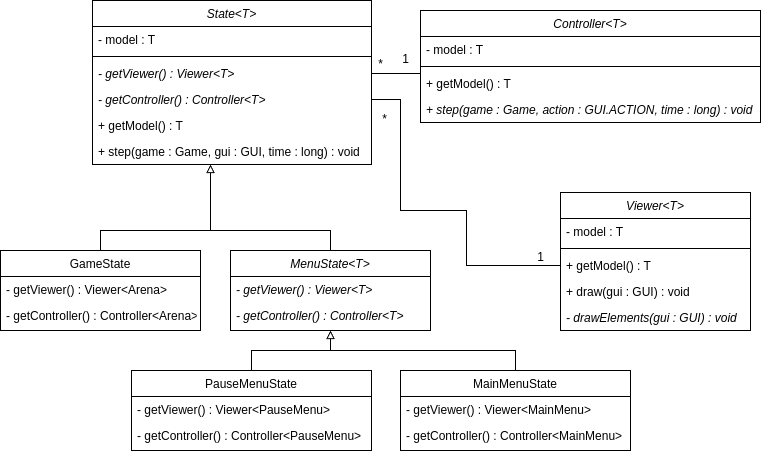
SimaoNery/BadIceCream-L.D.T.S keeps this draw.io diagram as docs/resources/State.drawio.png. Above is the earlier version. Source tidied: cells renumbered, new cells last; positions are measured from the earlier drawing's top-left corner, leaving out a move shared by most shapes.
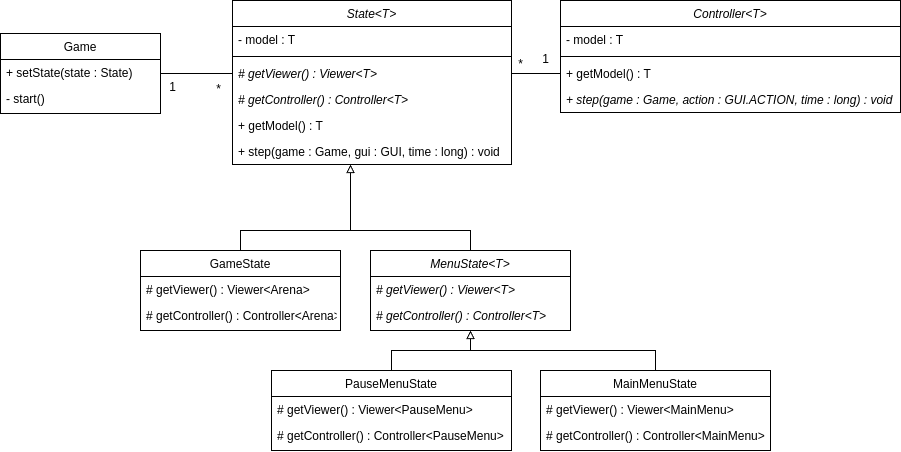
After the change.

Commit message:
Changed State UML

Change to the diagram source:
```diff
@@ -2,6 +2,18 @@
   <root>
     <mxCell id="0" />
     <mxCell id="1" parent="0" />
+    <mxCell id="42" style="edgeStyle=orthogonalEdgeStyle;rounded=0;jettySize=auto;html=1;entryX=0;entryY=0.5;entryDx=0;entryDy=0;endArrow=none;endFill=0;" parent="1" edge="1" source="43" target="46">
+      <mxGeometry relative="1" as="geometry" />
+    </mxCell>
+    <mxCell id="43" value="Game" style="swimlane;fontStyle=0;align=center;verticalAlign=top;horizontal=1;startSize=26;rounded=0;shadow=0;strokeWidth=1;" parent="1" vertex="1">
+      <mxGeometry x="-140" y="33" width="160" height="80" as="geometry" />
+    </mxCell>
+    <mxCell id="44" value="+ setState(state : State)" style="text;align=left;verticalAlign=top;spacingLeft=4;spacingRight=4;overflow=hidden;fontStyle=0;" parent="43" vertex="1">
+      <mxGeometry y="26" width="160" height="26" as="geometry" />
+    </mxCell>
+    <mxCell id="45" value="- start()" style="text;align=left;verticalAlign=top;spacingLeft=4;spacingRight=4;overflow=hidden;" parent="43" vertex="1">
+      <mxGeometry y="52" width="160" height="26" as="geometry" />
+    </mxCell>
     <mxCell id="2" value="State&lt;T&gt;" style="swimlane;fontStyle=2;align=center;verticalAlign=top;horizontal=1;startSize=26;rounded=0;shadow=0;strokeWidth=1;" parent="1" vertex="1">
       <mxGeometry x="92" width="279" height="164" as="geometry" />
     </mxCell>
@@ -11,12 +23,12 @@
     <mxCell id="4" style="line;html=1;strokeWidth=1;align=left;verticalAlign=middle;spacingTop=-1;spacingLeft=3;spacingRight=3;labelPosition=right;" parent="2" vertex="1">
       <mxGeometry y="52" width="279" height="8" as="geometry" />
     </mxCell>
-    <mxCell id="5" value="- getViewer() : Viewer&lt;T&gt;" style="text;align=left;verticalAlign=top;spacingLeft=4;spacingRight=4;overflow=hidden;points=[[0,0.5],[1,0.5]];portConstraint=eastwest;fontStyle=2;" parent="2" vertex="1">
-      <mxGeometry y="60" width="279" height="26" as="geometry" />
-    </mxCell>
-    <mxCell id="6" value="- getController() : Controller&lt;T&gt;" style="text;align=left;verticalAlign=top;spacingLeft=4;spacingRight=4;overflow=hidden;points=[[0,0.5],[1,0.5]];portConstraint=eastwest;fontStyle=2;" parent="2" vertex="1">
-      <mxGeometry y="86" width="279" height="26" as="geometry" />
-    </mxCell>
+    <mxCell id="46" value="# getViewer() : Viewer&lt;T&gt;" style="text;align=left;verticalAlign=top;spacingLeft=4;spacingRight=4;overflow=hidden;points=[[0,0.5],[1,0.5]];portConstraint=eastwest;fontStyle=2;" parent="2" vertex="1">
+      <mxGeometry y="60" width="279" height="26" as="geometry" />
+    </mxCell>
+    <mxCell id="47" value="# getController() : Controller&lt;T&gt;" style="text;align=left;verticalAlign=top;spacingLeft=4;spacingRight=4;overflow=hidden;fontStyle=2;" parent="2" vertex="1">
+      <mxGeometry y="86" width="279" height="26" as="geometry" />
+    </mxCell>
     <mxCell id="7" value="+ getModel() : T" style="text;align=left;verticalAlign=top;spacingLeft=4;spacingRight=4;overflow=hidden;" parent="2" vertex="1">
       <mxGeometry y="112" width="279" height="26" as="geometry" />
     </mxCell>
@@ -26,56 +38,56 @@
     <mxCell id="9" value="GameState" style="swimlane;fontStyle=0;align=center;verticalAlign=top;horizontal=1;startSize=26;rounded=0;shadow=0;strokeWidth=1;" parent="1" vertex="1">
       <mxGeometry y="250" width="200" height="80" as="geometry" />
     </mxCell>
-    <mxCell id="10" value="- getViewer() : Viewer&lt;Arena&gt;" style="text;align=left;verticalAlign=top;spacingLeft=4;spacingRight=4;overflow=hidden;" parent="9" vertex="1">
-      <mxGeometry y="26" width="200" height="26" as="geometry" />
-    </mxCell>
-    <mxCell id="11" value="- getController() : Controller&lt;Arena&gt;" style="text;align=left;verticalAlign=top;spacingLeft=4;spacingRight=4;overflow=hidden;" parent="9" vertex="1">
-      <mxGeometry y="52" width="200" height="26" as="geometry" />
-    </mxCell>
-    <mxCell id="12" style="edgeStyle=orthogonalEdgeStyle;rounded=0;jettySize=auto;html=1;endArrow=none;endFill=0;" parent="1" edge="1" source="13">
-      <mxGeometry relative="1" as="geometry">
-        <mxPoint x="210" y="230" as="targetPoint" />
-        <Array as="points">
-          <mxPoint x="330" y="230" />
-          <mxPoint x="210" y="230" />
-        </Array>
-      </mxGeometry>
-    </mxCell>
+    <mxCell id="48" value="# getViewer() : Viewer&lt;Arena&gt;" style="text;align=left;verticalAlign=top;spacingLeft=4;spacingRight=4;overflow=hidden;" parent="9" vertex="1">
+      <mxGeometry y="26" width="200" height="26" as="geometry" />
+    </mxCell>
+    <mxCell id="49" value="# getController() : Controller&lt;Arena&gt;" style="text;align=left;verticalAlign=top;spacingLeft=4;spacingRight=4;overflow=hidden;" parent="9" vertex="1">
+      <mxGeometry y="52" width="200" height="26" as="geometry" />
+    </mxCell>
+    <mxCell id="50" style="edgeStyle=orthogonalEdgeStyle;rounded=0;jettySize=auto;html=1;endArrow=none;endFill=0;" parent="1" edge="1" source="13">
+      <mxGeometry relative="1" as="geometry">
+        <mxPoint x="210" y="230" as="targetPoint" />
+        <Array as="points">
+          <mxPoint x="330" y="230" />
+          <mxPoint x="210" y="230" />
+        </Array>
+      </mxGeometry>
+    </mxCell>
     <mxCell id="13" value="MenuState&lt;T&gt;" style="swimlane;fontStyle=2;align=center;verticalAlign=top;horizontal=1;startSize=26;rounded=0;shadow=0;strokeWidth=1;" parent="1" vertex="1">
       <mxGeometry x="230" y="250" width="200" height="80" as="geometry" />
     </mxCell>
-    <mxCell id="14" value="- getViewer() : Viewer&lt;T&gt;" style="text;align=left;verticalAlign=top;spacingLeft=4;spacingRight=4;overflow=hidden;fontStyle=2;" parent="13" vertex="1">
-      <mxGeometry y="26" width="200" height="26" as="geometry" />
-    </mxCell>
-    <mxCell id="15" value="- getController() : Controller&lt;T&gt;" style="text;align=left;verticalAlign=top;spacingLeft=4;spacingRight=4;overflow=hidden;fontStyle=2;" parent="13" vertex="1">
-      <mxGeometry y="52" width="200" height="26" as="geometry" />
-    </mxCell>
-    <mxCell id="16" style="rounded=0;jettySize=auto;html=1;edgeStyle=elbowEdgeStyle;elbow=vertical;endArrow=block;endFill=0;" parent="1" edge="1" source="17">
-      <mxGeometry relative="1" as="geometry">
-        <mxPoint x="330" y="330" as="targetPoint" />
-      </mxGeometry>
-    </mxCell>
+    <mxCell id="51" value="# getViewer() : Viewer&lt;T&gt;" style="text;align=left;verticalAlign=top;spacingLeft=4;spacingRight=4;overflow=hidden;fontStyle=2;" parent="13" vertex="1">
+      <mxGeometry y="26" width="200" height="26" as="geometry" />
+    </mxCell>
+    <mxCell id="52" value="# getController() : Controller&lt;T&gt;" style="text;align=left;verticalAlign=top;spacingLeft=4;spacingRight=4;overflow=hidden;fontStyle=2;" parent="13" vertex="1">
+      <mxGeometry y="52" width="200" height="26" as="geometry" />
+    </mxCell>
+    <mxCell id="53" style="rounded=0;jettySize=auto;html=1;edgeStyle=elbowEdgeStyle;elbow=vertical;endArrow=block;endFill=0;" parent="1" edge="1" source="17">
+      <mxGeometry relative="1" as="geometry">
+        <mxPoint x="330" y="330" as="targetPoint" />
+      </mxGeometry>
+    </mxCell>
     <mxCell id="17" value="MainMenuState" style="swimlane;fontStyle=0;align=center;verticalAlign=top;horizontal=1;startSize=26;rounded=0;shadow=0;strokeWidth=1;" parent="1" vertex="1">
       <mxGeometry x="400" y="370" width="230" height="80" as="geometry" />
     </mxCell>
-    <mxCell id="18" value="- getViewer() : Viewer&lt;MainMenu&gt;" style="text;align=left;verticalAlign=top;spacingLeft=4;spacingRight=4;overflow=hidden;" parent="17" vertex="1">
-      <mxGeometry y="26" width="230" height="26" as="geometry" />
-    </mxCell>
-    <mxCell id="19" value="- getController() : Controller&lt;MainMenu&gt;" style="text;align=left;verticalAlign=top;spacingLeft=4;spacingRight=4;overflow=hidden;" parent="17" vertex="1">
-      <mxGeometry y="52" width="230" height="26" as="geometry" />
-    </mxCell>
+    <mxCell id="54" value="# getViewer() : Viewer&lt;MainMenu&gt;" style="text;align=left;verticalAlign=top;spacingLeft=4;spacingRight=4;overflow=hidden;" parent="17" vertex="1">
+      <mxGeometry y="26" width="230" height="26" as="geometry" />
+    </mxCell>
+    <mxCell id="55" value="# getController() : Controller&lt;MainMenu&gt;" style="text;align=left;verticalAlign=top;spacingLeft=4;spacingRight=4;overflow=hidden;" parent="17" vertex="1">
+      <mxGeometry y="52" width="230" height="26" as="geometry" />
+    </mxCell>
     <mxCell id="20" style="edgeStyle=orthogonalEdgeStyle;rounded=0;jettySize=auto;html=1;entryX=0.5;entryY=1;entryDx=0;entryDy=0;endArrow=block;endFill=0;" parent="1" edge="1" source="21" target="13">
       <mxGeometry relative="1" as="geometry" />
     </mxCell>
     <mxCell id="21" value="PauseMenuState" style="swimlane;fontStyle=0;align=center;verticalAlign=top;horizontal=1;startSize=26;rounded=0;shadow=0;strokeWidth=1;" parent="1" vertex="1">
       <mxGeometry x="131" y="370" width="240" height="80" as="geometry" />
     </mxCell>
-    <mxCell id="22" value="- getViewer() : Viewer&lt;PauseMenu&gt;" style="text;align=left;verticalAlign=top;spacingLeft=4;spacingRight=4;overflow=hidden;" parent="21" vertex="1">
-      <mxGeometry y="26" width="240" height="26" as="geometry" />
-    </mxCell>
-    <mxCell id="23" value="- getController() : Controller&lt;PauseMenu&gt;" style="text;align=left;verticalAlign=top;spacingLeft=4;spacingRight=4;overflow=hidden;" parent="21" vertex="1">
-      <mxGeometry y="52" width="240" height="26" as="geometry" />
-    </mxCell>
+    <mxCell id="56" value="# getViewer() : Viewer&lt;PauseMenu&gt;" style="text;align=left;verticalAlign=top;spacingLeft=4;spacingRight=4;overflow=hidden;" parent="21" vertex="1">
+      <mxGeometry y="26" width="240" height="26" as="geometry" />
+    </mxCell>
+    <mxCell id="57" value="# getController() : Controller&lt;PauseMenu&gt;" style="text;align=left;verticalAlign=top;spacingLeft=4;spacingRight=4;overflow=hidden;" parent="21" vertex="1">
+      <mxGeometry y="52" width="240" height="26" as="geometry" />
+    </mxCell>
     <mxCell id="24" style="edgeStyle=orthogonalEdgeStyle;rounded=0;jettySize=auto;html=1;endArrow=block;endFill=0;" parent="1" edge="1" source="9" target="8">
       <mxGeometry relative="1" as="geometry">
         <Array as="points">
@@ -84,53 +96,8 @@
         </Array>
       </mxGeometry>
     </mxCell>
-    <mxCell id="25" value="Viewer&lt;T&gt;" style="swimlane;fontStyle=2;align=center;verticalAlign=top;horizontal=1;startSize=26;rounded=0;shadow=0;strokeWidth=1;" parent="1" vertex="1">
-      <mxGeometry x="560" y="192" width="190" height="138" as="geometry" />
-    </mxCell>
-    <mxCell id="26" value="- model : T" style="text;align=left;verticalAlign=top;spacingLeft=4;spacingRight=4;overflow=hidden;" parent="25" vertex="1">
-      <mxGeometry y="26" width="190" height="26" as="geometry" />
-    </mxCell>
-    <mxCell id="27" style="line;html=1;strokeWidth=1;align=left;verticalAlign=middle;spacingTop=-1;spacingLeft=3;spacingRight=3;labelPosition=right;" parent="25" vertex="1">
-      <mxGeometry y="52" width="190" height="8" as="geometry" />
-    </mxCell>
-    <mxCell id="28" value="+ getModel() : T" style="text;align=left;verticalAlign=top;spacingLeft=4;spacingRight=4;overflow=hidden;points=[[0,0.5],[1,0.5]];portConstraint=eastwest;fontStyle=0;" parent="25" vertex="1">
-      <mxGeometry y="60" width="190" height="26" as="geometry" />
-    </mxCell>
-    <mxCell id="29" value="+ draw(gui : GUI) : void" style="text;align=left;verticalAlign=top;spacingLeft=4;spacingRight=4;overflow=hidden;fontStyle=0;" parent="25" vertex="1">
-      <mxGeometry y="86" width="190" height="26" as="geometry" />
-    </mxCell>
-    <mxCell id="30" value="- drawElements(gui : GUI) : void" style="text;align=left;verticalAlign=top;spacingLeft=4;spacingRight=4;overflow=hidden;fontStyle=2;" parent="25" vertex="1">
-      <mxGeometry y="112" width="190" height="26" as="geometry" />
-    </mxCell>
-    <mxCell id="31" value="1&lt;br&gt;" style="text;html=1;align=center;verticalAlign=middle;strokeColor=none;fillColor=none;" parent="1" vertex="1">
-      <mxGeometry x="525" y="242" width="30" height="30" as="geometry" />
-    </mxCell>
-    <mxCell id="32" style="edgeStyle=orthogonalEdgeStyle;rounded=0;jettySize=auto;html=1;entryX=0;entryY=0.5;entryDx=0;entryDy=0;exitX=1;exitY=0.5;exitDx=0;exitDy=0;endArrow=none;endFill=0;" parent="1" edge="1" source="6" target="28">
-      <mxGeometry relative="1" as="geometry">
-        <Array as="points">
-          <mxPoint x="400" y="99" />
-          <mxPoint x="400" y="210" />
-          <mxPoint x="466" y="210" />
-          <mxPoint x="466" y="265" />
-        </Array>
-      </mxGeometry>
-    </mxCell>
-    <mxCell id="33" style="edgeStyle=orthogonalEdgeStyle;rounded=0;jettySize=auto;html=1;entryX=0;entryY=0.5;entryDx=0;entryDy=0;endArrow=none;endFill=0;" parent="1" edge="1" source="5">
-      <mxGeometry relative="1" as="geometry">
-        <mxPoint x="420" y="73" as="targetPoint" />
-      </mxGeometry>
-    </mxCell>
-    <mxCell id="34" value="1&lt;br&gt;" style="text;html=1;align=center;verticalAlign=middle;strokeColor=none;fillColor=none;" parent="1" vertex="1">
-      <mxGeometry x="390" y="44" width="30" height="30" as="geometry" />
-    </mxCell>
-    <mxCell id="35" value="*" style="text;html=1;align=center;verticalAlign=middle;strokeColor=none;fillColor=none;" parent="1" vertex="1">
-      <mxGeometry x="369" y="104" width="30" height="30" as="geometry" />
-    </mxCell>
-    <mxCell id="36" value="*" style="text;html=1;align=center;verticalAlign=middle;strokeColor=none;fillColor=none;" parent="1" vertex="1">
-      <mxGeometry x="365" y="49" width="30" height="30" as="geometry" />
-    </mxCell>
     <mxCell id="37" value="Controller&lt;T&gt;" style="swimlane;fontStyle=2;align=center;verticalAlign=top;horizontal=1;startSize=26;rounded=0;shadow=0;strokeWidth=1;" parent="1" vertex="1">
-      <mxGeometry x="420" y="10" width="340" height="112" as="geometry" />
+      <mxGeometry x="420" width="340" height="112" as="geometry" />
     </mxCell>
     <mxCell id="38" value="- model : T" style="text;align=left;verticalAlign=top;spacingLeft=4;spacingRight=4;overflow=hidden;" parent="37" vertex="1">
       <mxGeometry y="26" width="340" height="26" as="geometry" />
@@ -144,5 +111,20 @@
     <mxCell id="41" value="+ step(game : Game, action : GUI.ACTION, time : long) : void" style="text;align=left;verticalAlign=top;spacingLeft=4;spacingRight=4;overflow=hidden;fontStyle=2;" parent="37" vertex="1">
       <mxGeometry y="86" width="340" height="26" as="geometry" />
     </mxCell>
+    <mxCell id="31" value="1" style="text;html=1;align=center;verticalAlign=middle;strokeColor=none;fillColor=none;" parent="1" vertex="1">
+      <mxGeometry x="17" y="72" width="30" height="30" as="geometry" />
+    </mxCell>
+    <mxCell id="35" value="*" style="text;html=1;align=center;verticalAlign=middle;strokeColor=none;fillColor=none;" parent="1" vertex="1">
+      <mxGeometry x="63" y="74" width="30" height="30" as="geometry" />
+    </mxCell>
+    <mxCell id="58" style="edgeStyle=orthogonalEdgeStyle;rounded=0;jettySize=auto;html=1;entryX=0;entryY=0.5;entryDx=0;entryDy=0;endArrow=none;endFill=0;" parent="1" edge="1" source="46" target="40">
+      <mxGeometry relative="1" as="geometry" />
+    </mxCell>
+    <mxCell id="34" value="1&lt;br&gt;" style="text;html=1;align=center;verticalAlign=middle;strokeColor=none;fillColor=none;" parent="1" vertex="1">
+      <mxGeometry x="390" y="44" width="30" height="30" as="geometry" />
+    </mxCell>
+    <mxCell id="36" value="*" style="text;html=1;align=center;verticalAlign=middle;strokeColor=none;fillColor=none;" parent="1" vertex="1">
+      <mxGeometry x="365" y="49" width="30" height="30" as="geometry" />
+    </mxCell>
   </root>
 </mxGraphModel>
```
